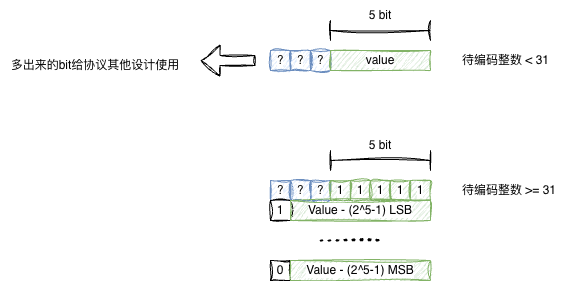
Before: source/_posts/HTTP2HPACK/int_intro.png, a diagram exported from draw.io (theo1893/theo1893.github.io). Source tidied: cells renumbered, new cells last; positions are measured from the earlier drawing's top-left corner, leaving out a move shared by most shapes.
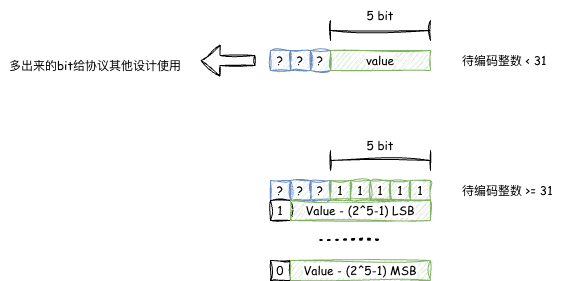
The same diagram one commit later.

What changed in the source:
```diff
@@ -2,85 +2,85 @@
   <root>
     <mxCell id="0" />
     <mxCell id="1" parent="0" />
-    <mxCell id="2" value="?" style="rounded=0;whiteSpace=wrap;html=1;sketch=1;jiggle=2;curveFitting=1;strokeColor=#6c8ebf;align=center;verticalAlign=middle;fontFamily=Helvetica;fontSize=12;labelBackgroundColor=default;fillColor=#dae8fc;" parent="1" vertex="1">
+    <mxCell id="2" value="?" style="rounded=0;whiteSpace=wrap;html=1;sketch=1;jiggle=2;curveFitting=1;strokeColor=#6c8ebf;align=center;verticalAlign=middle;fontFamily=Comic Sans MS;fontSize=12;labelBackgroundColor=default;fillColor=#dae8fc;" parent="1" vertex="1">
       <mxGeometry x="270" y="50" width="20" height="20" as="geometry" />
     </mxCell>
-    <mxCell id="3" value="?" style="rounded=0;whiteSpace=wrap;html=1;sketch=1;jiggle=2;curveFitting=1;strokeColor=#6c8ebf;align=center;verticalAlign=middle;fontFamily=Helvetica;fontSize=12;labelBackgroundColor=default;fillColor=#dae8fc;" parent="1" vertex="1">
+    <mxCell id="3" value="?" style="rounded=0;whiteSpace=wrap;html=1;sketch=1;jiggle=2;curveFitting=1;strokeColor=#6c8ebf;align=center;verticalAlign=middle;fontFamily=Comic Sans MS;fontSize=12;labelBackgroundColor=default;fillColor=#dae8fc;" parent="1" vertex="1">
       <mxGeometry x="290" y="50" width="20" height="20" as="geometry" />
     </mxCell>
-    <mxCell id="4" value="?" style="rounded=0;whiteSpace=wrap;html=1;sketch=1;jiggle=2;curveFitting=1;strokeColor=#6c8ebf;align=center;verticalAlign=middle;fontFamily=Helvetica;fontSize=12;labelBackgroundColor=default;fillColor=#dae8fc;" parent="1" vertex="1">
+    <mxCell id="4" value="?" style="rounded=0;whiteSpace=wrap;html=1;sketch=1;jiggle=2;curveFitting=1;strokeColor=#6c8ebf;align=center;verticalAlign=middle;fontFamily=Comic Sans MS;fontSize=12;labelBackgroundColor=default;fillColor=#dae8fc;" parent="1" vertex="1">
       <mxGeometry x="310" y="50" width="20" height="20" as="geometry" />
     </mxCell>
-    <mxCell id="5" value="value" style="rounded=0;whiteSpace=wrap;html=1;sketch=1;jiggle=2;curveFitting=1;strokeColor=#82b366;align=center;verticalAlign=middle;fontFamily=Helvetica;fontSize=12;labelBackgroundColor=default;fillColor=#d5e8d4;" parent="1" vertex="1">
+    <mxCell id="5" value="value" style="rounded=0;whiteSpace=wrap;html=1;sketch=1;jiggle=2;curveFitting=1;strokeColor=#82b366;align=center;verticalAlign=middle;fontFamily=Comic Sans MS;fontSize=12;labelBackgroundColor=default;fillColor=#d5e8d4;" parent="1" vertex="1">
       <mxGeometry x="330" y="50" width="100" height="20" as="geometry" />
     </mxCell>
-    <mxCell id="6" style="shape=crossbar;whiteSpace=wrap;html=1;rounded=1;sketch=1;jiggle=2;curveFitting=1;strokeColor=default;align=center;verticalAlign=middle;fontFamily=Helvetica;fontSize=12;fontColor=default;labelBackgroundColor=default;fillColor=default;" parent="1" vertex="1">
+    <mxCell id="6" style="shape=crossbar;whiteSpace=wrap;html=1;rounded=1;sketch=1;jiggle=2;curveFitting=1;strokeColor=default;align=center;verticalAlign=middle;fontFamily=Comic Sans MS;fontSize=12;fontColor=default;labelBackgroundColor=default;fillColor=default;" parent="1" vertex="1">
       <mxGeometry x="330" y="20" width="100" height="20" as="geometry" />
     </mxCell>
-    <mxCell id="7" value="5 bit" style="text;html=1;whiteSpace=wrap;strokeColor=none;fillColor=none;align=center;verticalAlign=middle;rounded=0;fontFamily=Helvetica;fontSize=12;fontColor=default;labelBackgroundColor=default;" parent="1" vertex="1">
+    <mxCell id="7" value="5 bit" style="text;html=1;whiteSpace=wrap;strokeColor=none;fillColor=none;align=center;verticalAlign=middle;rounded=0;fontFamily=Comic Sans MS;fontSize=12;fontColor=default;labelBackgroundColor=default;" parent="1" vertex="1">
       <mxGeometry x="350" width="60" height="30" as="geometry" />
     </mxCell>
-    <mxCell id="8" value="待编码整数 &amp;lt; 31" style="text;html=1;whiteSpace=wrap;strokeColor=none;fillColor=none;align=left;verticalAlign=middle;rounded=0;fontFamily=Helvetica;fontSize=12;fontColor=default;labelBackgroundColor=default;" parent="1" vertex="1">
+    <mxCell id="8" value="待编码整数 &amp;lt; 31" style="text;html=1;whiteSpace=wrap;strokeColor=none;fillColor=none;align=left;verticalAlign=middle;rounded=0;fontFamily=Comic Sans MS;fontSize=12;fontColor=default;labelBackgroundColor=default;" parent="1" vertex="1">
       <mxGeometry x="460" y="45" width="110" height="30" as="geometry" />
     </mxCell>
-    <mxCell id="9" value="?" style="rounded=0;whiteSpace=wrap;html=1;sketch=1;jiggle=2;curveFitting=1;strokeColor=#6c8ebf;align=center;verticalAlign=middle;fontFamily=Helvetica;fontSize=12;labelBackgroundColor=default;fillColor=#dae8fc;" parent="1" vertex="1">
+    <mxCell id="9" value="?" style="rounded=0;whiteSpace=wrap;html=1;sketch=1;jiggle=2;curveFitting=1;strokeColor=#6c8ebf;align=center;verticalAlign=middle;fontFamily=Comic Sans MS;fontSize=12;labelBackgroundColor=default;fillColor=#dae8fc;" parent="1" vertex="1">
       <mxGeometry x="270" y="180" width="20" height="20" as="geometry" />
     </mxCell>
-    <mxCell id="10" value="?" style="rounded=0;whiteSpace=wrap;html=1;sketch=1;jiggle=2;curveFitting=1;strokeColor=#6c8ebf;align=center;verticalAlign=middle;fontFamily=Helvetica;fontSize=12;labelBackgroundColor=default;fillColor=#dae8fc;" parent="1" vertex="1">
+    <mxCell id="10" value="?" style="rounded=0;whiteSpace=wrap;html=1;sketch=1;jiggle=2;curveFitting=1;strokeColor=#6c8ebf;align=center;verticalAlign=middle;fontFamily=Comic Sans MS;fontSize=12;labelBackgroundColor=default;fillColor=#dae8fc;" parent="1" vertex="1">
       <mxGeometry x="290" y="180" width="20" height="20" as="geometry" />
     </mxCell>
-    <mxCell id="11" value="?" style="rounded=0;whiteSpace=wrap;html=1;sketch=1;jiggle=2;curveFitting=1;strokeColor=#6c8ebf;align=center;verticalAlign=middle;fontFamily=Helvetica;fontSize=12;labelBackgroundColor=default;fillColor=#dae8fc;" parent="1" vertex="1">
+    <mxCell id="11" value="?" style="rounded=0;whiteSpace=wrap;html=1;sketch=1;jiggle=2;curveFitting=1;strokeColor=#6c8ebf;align=center;verticalAlign=middle;fontFamily=Comic Sans MS;fontSize=12;labelBackgroundColor=default;fillColor=#dae8fc;" parent="1" vertex="1">
       <mxGeometry x="310" y="180" width="20" height="20" as="geometry" />
     </mxCell>
-    <mxCell id="12" style="shape=crossbar;whiteSpace=wrap;html=1;rounded=1;sketch=1;jiggle=2;curveFitting=1;strokeColor=default;align=center;verticalAlign=middle;fontFamily=Helvetica;fontSize=12;fontColor=default;labelBackgroundColor=default;fillColor=default;" parent="1" vertex="1">
+    <mxCell id="12" style="shape=crossbar;whiteSpace=wrap;html=1;rounded=1;sketch=1;jiggle=2;curveFitting=1;strokeColor=default;align=center;verticalAlign=middle;fontFamily=Comic Sans MS;fontSize=12;fontColor=default;labelBackgroundColor=default;fillColor=default;" parent="1" vertex="1">
       <mxGeometry x="330" y="150" width="100" height="20" as="geometry" />
     </mxCell>
-    <mxCell id="13" value="5 bit" style="text;html=1;whiteSpace=wrap;strokeColor=none;fillColor=none;align=center;verticalAlign=middle;rounded=0;fontFamily=Helvetica;fontSize=12;fontColor=default;labelBackgroundColor=default;" parent="1" vertex="1">
+    <mxCell id="13" value="5 bit" style="text;html=1;whiteSpace=wrap;strokeColor=none;fillColor=none;align=center;verticalAlign=middle;rounded=0;fontFamily=Comic Sans MS;fontSize=12;fontColor=default;labelBackgroundColor=default;" parent="1" vertex="1">
       <mxGeometry x="350" y="130" width="60" height="30" as="geometry" />
     </mxCell>
-    <mxCell id="14" value="1" style="rounded=0;whiteSpace=wrap;html=1;sketch=1;jiggle=2;curveFitting=1;strokeColor=#82b366;align=center;verticalAlign=middle;fontFamily=Helvetica;fontSize=12;labelBackgroundColor=default;fillColor=#d5e8d4;" parent="1" vertex="1">
+    <mxCell id="14" value="1" style="rounded=0;whiteSpace=wrap;html=1;sketch=1;jiggle=2;curveFitting=1;strokeColor=#82b366;align=center;verticalAlign=middle;fontFamily=Comic Sans MS;fontSize=12;labelBackgroundColor=default;fillColor=#d5e8d4;" parent="1" vertex="1">
       <mxGeometry x="330" y="180" width="20" height="20" as="geometry" />
     </mxCell>
-    <mxCell id="15" value="1" style="rounded=0;whiteSpace=wrap;html=1;sketch=1;jiggle=2;curveFitting=1;strokeColor=#82b366;align=center;verticalAlign=middle;fontFamily=Helvetica;fontSize=12;labelBackgroundColor=default;fillColor=#d5e8d4;" parent="1" vertex="1">
+    <mxCell id="15" value="1" style="rounded=0;whiteSpace=wrap;html=1;sketch=1;jiggle=2;curveFitting=1;strokeColor=#82b366;align=center;verticalAlign=middle;fontFamily=Comic Sans MS;fontSize=12;labelBackgroundColor=default;fillColor=#d5e8d4;" parent="1" vertex="1">
       <mxGeometry x="350" y="180" width="20" height="20" as="geometry" />
     </mxCell>
-    <mxCell id="16" value="1" style="rounded=0;whiteSpace=wrap;html=1;sketch=1;jiggle=2;curveFitting=1;strokeColor=#82b366;align=center;verticalAlign=middle;fontFamily=Helvetica;fontSize=12;labelBackgroundColor=default;fillColor=#d5e8d4;" parent="1" vertex="1">
+    <mxCell id="16" value="1" style="rounded=0;whiteSpace=wrap;html=1;sketch=1;jiggle=2;curveFitting=1;strokeColor=#82b366;align=center;verticalAlign=middle;fontFamily=Comic Sans MS;fontSize=12;labelBackgroundColor=default;fillColor=#d5e8d4;" parent="1" vertex="1">
       <mxGeometry x="370" y="180" width="20" height="20" as="geometry" />
     </mxCell>
-    <mxCell id="17" value="1" style="rounded=0;whiteSpace=wrap;html=1;sketch=1;jiggle=2;curveFitting=1;strokeColor=#82b366;align=center;verticalAlign=middle;fontFamily=Helvetica;fontSize=12;labelBackgroundColor=default;fillColor=#d5e8d4;" parent="1" vertex="1">
+    <mxCell id="17" value="1" style="rounded=0;whiteSpace=wrap;html=1;sketch=1;jiggle=2;curveFitting=1;strokeColor=#82b366;align=center;verticalAlign=middle;fontFamily=Comic Sans MS;fontSize=12;labelBackgroundColor=default;fillColor=#d5e8d4;" parent="1" vertex="1">
       <mxGeometry x="390" y="180" width="20" height="20" as="geometry" />
     </mxCell>
-    <mxCell id="18" value="1" style="rounded=0;whiteSpace=wrap;html=1;sketch=1;jiggle=2;curveFitting=1;strokeColor=#82b366;align=center;verticalAlign=middle;fontFamily=Helvetica;fontSize=12;labelBackgroundColor=default;fillColor=#d5e8d4;" parent="1" vertex="1">
+    <mxCell id="18" value="1" style="rounded=0;whiteSpace=wrap;html=1;sketch=1;jiggle=2;curveFitting=1;strokeColor=#82b366;align=center;verticalAlign=middle;fontFamily=Comic Sans MS;fontSize=12;labelBackgroundColor=default;fillColor=#d5e8d4;" parent="1" vertex="1">
       <mxGeometry x="410" y="180" width="20" height="20" as="geometry" />
     </mxCell>
-    <mxCell id="19" value="1" style="rounded=0;whiteSpace=wrap;html=1;sketch=1;jiggle=2;curveFitting=1;strokeColor=default;align=center;verticalAlign=middle;fontFamily=Helvetica;fontSize=12;fontColor=default;labelBackgroundColor=default;fillColor=default;" parent="1" vertex="1">
+    <mxCell id="19" value="1" style="rounded=0;whiteSpace=wrap;html=1;sketch=1;jiggle=2;curveFitting=1;strokeColor=default;align=center;verticalAlign=middle;fontFamily=Comic Sans MS;fontSize=12;fontColor=default;labelBackgroundColor=default;fillColor=default;" parent="1" vertex="1">
       <mxGeometry x="270" y="200" width="20" height="20" as="geometry" />
     </mxCell>
-    <mxCell id="20" value="Value - (2^5-1) LSB" style="rounded=0;whiteSpace=wrap;html=1;sketch=1;jiggle=2;curveFitting=1;strokeColor=#82b366;align=center;verticalAlign=middle;fontFamily=Helvetica;fontSize=12;labelBackgroundColor=default;fillColor=#d5e8d4;" parent="1" vertex="1">
+    <mxCell id="20" value="Value - (2^5-1) LSB" style="rounded=0;whiteSpace=wrap;html=1;sketch=1;jiggle=2;curveFitting=1;strokeColor=#82b366;align=center;verticalAlign=middle;fontFamily=Comic Sans MS;fontSize=12;labelBackgroundColor=default;fillColor=#d5e8d4;" parent="1" vertex="1">
       <mxGeometry x="290" y="200" width="140" height="20" as="geometry" />
     </mxCell>
-    <mxCell id="21" style="endArrow=none;dashed=1;html=1;dashPattern=1 3;strokeWidth=2;rounded=0;sketch=1;jiggle=2;curveFitting=1;strokeColor=default;align=center;verticalAlign=middle;fontFamily=Helvetica;fontSize=12;fontColor=default;labelBackgroundColor=default;edgeStyle=orthogonalEdgeStyle;" parent="1" edge="1">
+    <mxCell id="21" style="endArrow=none;dashed=1;html=1;dashPattern=1 3;strokeWidth=2;rounded=0;sketch=1;jiggle=2;curveFitting=1;strokeColor=default;align=center;verticalAlign=middle;fontFamily=Comic Sans MS;fontSize=12;fontColor=default;labelBackgroundColor=default;edgeStyle=orthogonalEdgeStyle;" parent="1" edge="1">
       <mxGeometry relative="1" as="geometry">
         <mxPoint x="320" y="240" as="sourcePoint" />
         <mxPoint x="380" y="240" as="targetPoint" />
       </mxGeometry>
     </mxCell>
-    <mxCell id="22" value="0" style="rounded=0;whiteSpace=wrap;html=1;sketch=1;jiggle=2;curveFitting=1;strokeColor=default;align=center;verticalAlign=middle;fontFamily=Helvetica;fontSize=12;fontColor=default;labelBackgroundColor=default;fillColor=default;" parent="1" vertex="1">
+    <mxCell id="22" value="0" style="rounded=0;whiteSpace=wrap;html=1;sketch=1;jiggle=2;curveFitting=1;strokeColor=default;align=center;verticalAlign=middle;fontFamily=Comic Sans MS;fontSize=12;fontColor=default;labelBackgroundColor=default;fillColor=default;" parent="1" vertex="1">
       <mxGeometry x="270" y="260" width="20" height="20" as="geometry" />
     </mxCell>
-    <mxCell id="23" value="Value - (2^5-1) MSB" style="rounded=0;whiteSpace=wrap;html=1;sketch=1;jiggle=2;curveFitting=1;strokeColor=#82b366;align=center;verticalAlign=middle;fontFamily=Helvetica;fontSize=12;labelBackgroundColor=default;fillColor=#d5e8d4;" parent="1" vertex="1">
+    <mxCell id="23" value="Value - (2^5-1) MSB" style="rounded=0;whiteSpace=wrap;html=1;sketch=1;jiggle=2;curveFitting=1;strokeColor=#82b366;align=center;verticalAlign=middle;fontFamily=Comic Sans MS;fontSize=12;labelBackgroundColor=default;fillColor=#d5e8d4;" parent="1" vertex="1">
       <mxGeometry x="290" y="260" width="140" height="20" as="geometry" />
     </mxCell>
-    <mxCell id="24" value="待编码整数 &amp;gt;= 31" style="text;html=1;whiteSpace=wrap;strokeColor=none;fillColor=none;align=left;verticalAlign=middle;rounded=0;fontFamily=Helvetica;fontSize=12;fontColor=default;labelBackgroundColor=default;" parent="1" vertex="1">
+    <mxCell id="24" value="待编码整数 &amp;gt;= 31" style="text;html=1;whiteSpace=wrap;strokeColor=none;fillColor=none;align=left;verticalAlign=middle;rounded=0;fontFamily=Comic Sans MS;fontSize=12;fontColor=default;labelBackgroundColor=default;" parent="1" vertex="1">
       <mxGeometry x="460" y="175" width="110" height="30" as="geometry" />
     </mxCell>
-    <mxCell id="25" style="shape=flexArrow;endArrow=classic;html=1;rounded=0;sketch=1;jiggle=2;curveFitting=1;strokeColor=default;align=center;verticalAlign=middle;fontFamily=Helvetica;fontSize=12;fontColor=default;labelBackgroundColor=default;edgeStyle=orthogonalEdgeStyle;" parent="1" edge="1">
+    <mxCell id="25" style="shape=flexArrow;endArrow=classic;html=1;rounded=0;sketch=1;jiggle=2;curveFitting=1;strokeColor=default;align=center;verticalAlign=middle;fontFamily=Comic Sans MS;fontSize=12;fontColor=default;labelBackgroundColor=default;edgeStyle=orthogonalEdgeStyle;" parent="1" edge="1">
       <mxGeometry relative="1" as="geometry">
         <mxPoint x="255" y="60" as="sourcePoint" />
         <mxPoint x="200" y="60" as="targetPoint" />
       </mxGeometry>
     </mxCell>
-    <mxCell id="26" value="多出来的bit给协议其他设计使用" style="text;html=1;whiteSpace=wrap;strokeColor=none;fillColor=none;align=center;verticalAlign=middle;rounded=0;fontFamily=Helvetica;fontSize=12;fontColor=default;labelBackgroundColor=default;" parent="1" vertex="1">
+    <mxCell id="26" value="多出来的bit给协议其他设计使用" style="text;html=1;whiteSpace=wrap;strokeColor=none;fillColor=none;align=center;verticalAlign=middle;rounded=0;fontFamily=Comic Sans MS;fontSize=12;fontColor=default;labelBackgroundColor=default;" parent="1" vertex="1">
       <mxGeometry y="50" width="190" height="30" as="geometry" />
     </mxCell>
   </root>
```
